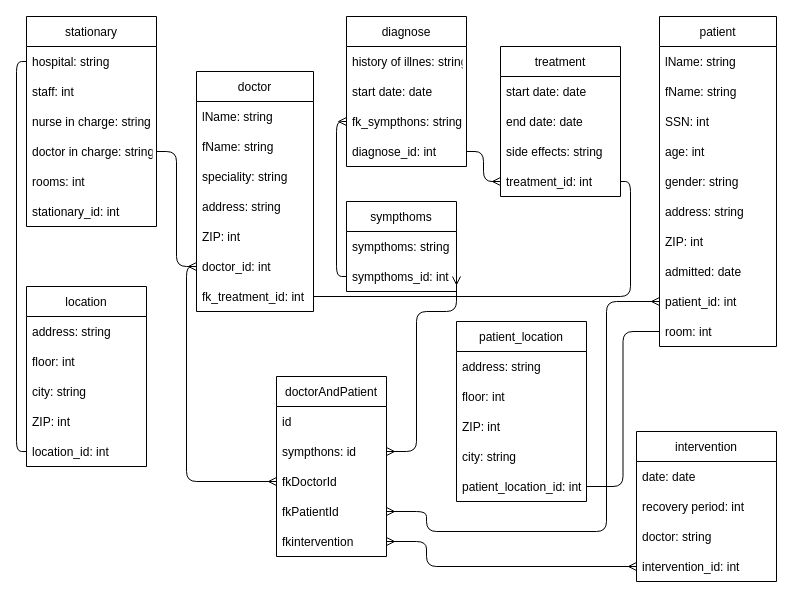
Above: page "Step 4_Norm" (4 of 4) of Sanja ex1-3/ex2.drawio in KateKatze/07.03_SQL (draw.io), before the change. Source tidied: cells renumbered, new cells numbered last; positions are measured from the earlier drawing's top-left corner, leaving out a move shared by most shapes. Both pictures are drawn from the tidied source at 100%, with x=0, y=0 at pixel (26, 16).
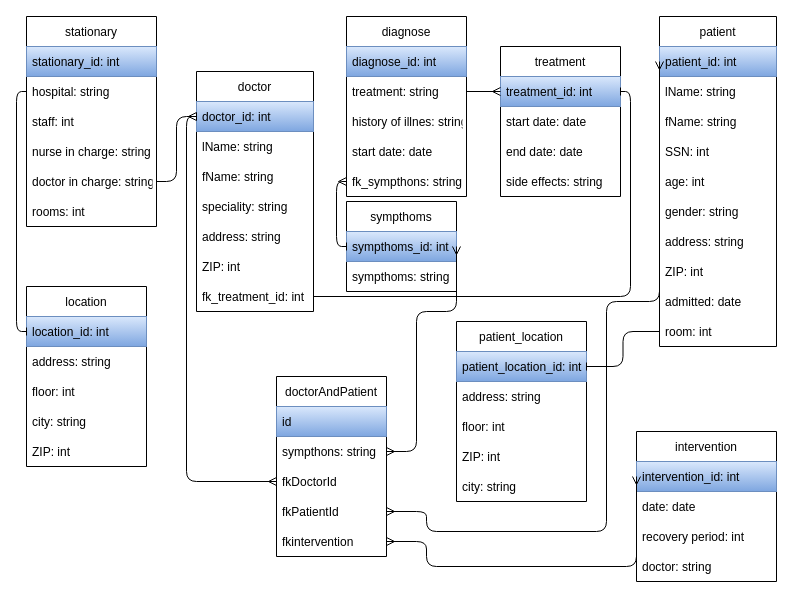
After the change.

The change refers to these unchanged cells:
```xml
<mxCell id="2" value="stationary" style="swimlane;fontStyle=0;horizontal=1;startSize=30;" parent="1" vertex="1">
  <mxGeometry width="130" height="210" as="geometry" />
</mxCell>
<mxCell id="9" value="patient_location" style="swimlane;fontStyle=0;horizontal=1;startSize=30;" parent="1" vertex="1">
  <mxGeometry x="430" y="305" width="130" height="180" as="geometry" />
</mxCell>
<mxCell id="15" value="patient" style="swimlane;fontStyle=0;horizontal=1;startSize=30;" parent="1" vertex="1">
  <mxGeometry x="633" width="117" height="330" as="geometry" />
</mxCell>
<mxCell id="26" value="sympthoms" style="swimlane;fontStyle=0;horizontal=1;startSize=30;" parent="1" vertex="1">
  <mxGeometry x="320" y="185" width="110" height="90" as="geometry" />
</mxCell>
<mxCell id="29" value="intervention" style="swimlane;fontStyle=0;horizontal=1;startSize=30;" parent="1" vertex="1">
  <mxGeometry x="610" y="415" width="140" height="150" as="geometry" />
</mxCell>
<mxCell id="34" value="treatment" style="swimlane;fontStyle=0;horizontal=1;startSize=30;" parent="1" vertex="1">
  <mxGeometry x="474" y="30" width="120" height="150" as="geometry" />
</mxCell>
<mxCell id="39" value="location" style="swimlane;fontStyle=0;horizontal=1;startSize=30;" parent="1" vertex="1">
  <mxGeometry y="270" width="120" height="180" as="geometry" />
</mxCell>
<mxCell id="46" value="doctor" style="swimlane;fontStyle=0;horizontal=1;startSize=30;" parent="1" vertex="1">
  <mxGeometry x="170" y="55" width="117" height="240" as="geometry" />
</mxCell>
<mxCell id="64" value="doctorAndPatient" style="swimlane;fontStyle=0;horizontal=1;startSize=30;" parent="1" vertex="1">
  <mxGeometry x="250" y="360" width="110" height="180" as="geometry" />
</mxCell>
```

What changed in the source:
```diff
@@
+    <mxCell id="8" value="stationary_id: int" style="text;strokeColor=#6c8ebf;fillColor=#dae8fc;align=left;verticalAlign=middle;spacingLeft=4;spacingRight=4;overflow=hidden;gradientColor=#7ea6e0;" parent="2" vertex="1">
+      <mxGeometry y="30" width="130" height="30" as="geometry" />
+    </mxCell>
     <mxCell id="3" value="hospital: string" style="text;strokeColor=none;fillColor=none;align=left;verticalAlign=middle;spacingLeft=4;spacingRight=4;overflow=hidden;points=[[0,0.5],[1,0.5]];portConstraint=eastwest;" parent="2" vertex="1">
-      <mxGeometry y="30" width="130" height="30" as="geometry" />
+      <mxGeometry y="60" width="130" height="30" as="geometry" />
     </mxCell>
     <mxCell id="4" value="staff: int" style="text;strokeColor=none;fillColor=none;align=left;verticalAlign=middle;spacingLeft=4;spacingRight=4;overflow=hidden;" parent="2" vertex="1">
-      <mxGeometry y="60" width="130" height="30" as="geometry" />
+      <mxGeometry y="90" width="130" height="30" as="geometry" />
     </mxCell>
     <mxCell id="5" value="nurse in charge: string" style="text;strokeColor=none;fillColor=none;align=left;verticalAlign=middle;spacingLeft=4;spacingRight=4;overflow=hidden;" parent="2" vertex="1">
-      <mxGeometry y="90" width="130" height="30" as="geometry" />
+      <mxGeometry y="120" width="130" height="30" as="geometry" />
     </mxCell>
     <mxCell id="6" value="doctor in charge: string" style="text;strokeColor=none;fillColor=none;align=left;verticalAlign=middle;spacingLeft=4;spacingRight=4;overflow=hidden;points=[[0,0.5],[1,0.5]];portConstraint=eastwest;" parent="2" vertex="1">
-      <mxGeometry y="120" width="130" height="30" as="geometry" />
+      <mxGeometry y="150" width="130" height="30" as="geometry" />
     </mxCell>
     <mxCell id="7" value="rooms: int" style="text;strokeColor=none;fillColor=none;align=left;verticalAlign=middle;spacingLeft=4;spacingRight=4;overflow=hidden;" parent="2" vertex="1">
-      <mxGeometry y="150" width="130" height="30" as="geometry" />
+      <mxGeometry y="180" width="130" height="30" as="geometry" />
     </mxCell>
-    <mxCell id="8" value="stationary_id: int" style="text;strokeColor=none;fillColor=none;align=left;verticalAlign=middle;spacingLeft=4;spacingRight=4;overflow=hidden;" parent="2" vertex="1">
-      <mxGeometry y="180" width="130" height="30" as="geometry" />
-    </mxCell>
@@
+    <mxCell id="14" value="patient_location_id: int" style="text;strokeColor=#6c8ebf;fillColor=#dae8fc;align=left;verticalAlign=middle;spacingLeft=4;spacingRight=4;overflow=hidden;points=[[0,0.5],[1,0.5]];portConstraint=eastwest;gradientColor=#7ea6e0;" parent="9" vertex="1">
+      <mxGeometry y="30" width="130" height="30" as="geometry" />
+    </mxCell>
     <mxCell id="10" value="address: string" style="text;strokeColor=none;fillColor=none;align=left;verticalAlign=middle;spacingLeft=4;spacingRight=4;overflow=hidden;" parent="9" vertex="1">
-      <mxGeometry y="30" width="130" height="30" as="geometry" />
+      <mxGeometry y="60" width="130" height="30" as="geometry" />
     </mxCell>
     <mxCell id="11" value="floor: int" style="text;strokeColor=none;fillColor=none;align=left;verticalAlign=middle;spacingLeft=4;spacingRight=4;overflow=hidden;" parent="9" vertex="1">
-      <mxGeometry y="60" width="130" height="30" as="geometry" />
+      <mxGeometry y="90" width="130" height="30" as="geometry" />
     </mxCell>
     <mxCell id="12" value="ZIP: int" style="text;strokeColor=none;fillColor=none;align=left;verticalAlign=middle;spacingLeft=4;spacingRight=4;overflow=hidden;" parent="9" vertex="1">
-      <mxGeometry y="90" width="130" height="30" as="geometry" />
+      <mxGeometry y="120" width="130" height="30" as="geometry" />
     </mxCell>
     <mxCell id="13" value="city: string" style="text;strokeColor=none;fillColor=none;align=left;verticalAlign=middle;spacingLeft=4;spacingRight=4;overflow=hidden;" parent="9" vertex="1">
-      <mxGeometry y="120" width="130" height="30" as="geometry" />
+      <mxGeometry y="150" width="130" height="30" as="geometry" />
     </mxCell>
-    <mxCell id="14" value="patient_location_id: int" style="text;strokeColor=none;fillColor=none;align=left;verticalAlign=middle;spacingLeft=4;spacingRight=4;overflow=hidden;points=[[0,0.5],[1,0.5]];portConstraint=eastwest;" parent="9" vertex="1">
-      <mxGeometry y="150" width="130" height="30" as="geometry" />
-    </mxCell>
@@
+    <mxCell id="24" value="patient_id: int" style="text;strokeColor=#6c8ebf;fillColor=#dae8fc;align=left;verticalAlign=middle;spacingLeft=4;spacingRight=4;overflow=hidden;points=[[0,0.5],[1,0.5]];portConstraint=eastwest;fontStyle=0;gradientColor=#7ea6e0;" parent="15" vertex="1">
+      <mxGeometry y="30" width="117" height="30" as="geometry" />
+    </mxCell>
     <mxCell id="16" value="lName: string" style="text;strokeColor=none;fillColor=none;align=left;verticalAlign=middle;spacingLeft=4;spacingRight=4;overflow=hidden;" parent="15" vertex="1">
-      <mxGeometry y="30" width="117" height="30" as="geometry" />
+      <mxGeometry y="60" width="117" height="30" as="geometry" />
     </mxCell>
     <mxCell id="17" value="fName: string" style="text;strokeColor=none;fillColor=none;align=left;verticalAlign=middle;spacingLeft=4;spacingRight=4;overflow=hidden;" parent="15" vertex="1">
-      <mxGeometry y="60" width="117" height="30" as="geometry" />
+      <mxGeometry y="90" width="117" height="30" as="geometry" />
     </mxCell>
     <mxCell id="18" value="SSN: int" style="text;strokeColor=none;fillColor=none;align=left;verticalAlign=middle;spacingLeft=4;spacingRight=4;overflow=hidden;" parent="15" vertex="1">
-      <mxGeometry y="90" width="117" height="30" as="geometry" />
+      <mxGeometry y="120" width="117" height="30" as="geometry" />
     </mxCell>
     <mxCell id="19" value="age: int" style="text;strokeColor=none;fillColor=none;align=left;verticalAlign=middle;spacingLeft=4;spacingRight=4;overflow=hidden;" parent="15" vertex="1">
-      <mxGeometry y="120" width="117" height="30" as="geometry" />
+      <mxGeometry y="150" width="117" height="30" as="geometry" />
     </mxCell>
     <mxCell id="20" value="gender: string" style="text;strokeColor=none;fillColor=none;align=left;verticalAlign=middle;spacingLeft=4;spacingRight=4;overflow=hidden;" parent="15" vertex="1">
-      <mxGeometry y="150" width="117" height="30" as="geometry" />
+      <mxGeometry y="180" width="117" height="30" as="geometry" />
     </mxCell>
     <mxCell id="21" value="address: string" style="text;strokeColor=none;fillColor=none;align=left;verticalAlign=middle;spacingLeft=4;spacingRight=4;overflow=hidden;" parent="15" vertex="1">
-      <mxGeometry y="180" width="117" height="30" as="geometry" />
+      <mxGeometry y="210" width="117" height="30" as="geometry" />
     </mxCell>
     <mxCell id="22" value="ZIP: int" style="text;strokeColor=none;fillColor=none;align=left;verticalAlign=middle;spacingLeft=4;spacingRight=4;overflow=hidden;" parent="15" vertex="1">
-      <mxGeometry y="210" width="117" height="30" as="geometry" />
+      <mxGeometry y="240" width="117" height="30" as="geometry" />
     </mxCell>
     <mxCell id="23" value="admitted: date" style="text;strokeColor=none;fillColor=none;align=left;verticalAlign=middle;spacingLeft=4;spacingRight=4;overflow=hidden;" parent="15" vertex="1">
-      <mxGeometry y="240" width="117" height="30" as="geometry" />
+      <mxGeometry y="270" width="117" height="30" as="geometry" />
     </mxCell>
-    <mxCell id="24" value="patient_id: int" style="text;strokeColor=none;fillColor=none;align=left;verticalAlign=middle;spacingLeft=4;spacingRight=4;overflow=hidden;points=[[0,0.5],[1,0.5]];portConstraint=eastwest;" parent="15" vertex="1">
-      <mxGeometry y="270" width="117" height="30" as="geometry" />
-    </mxCell>
@@
+    <mxCell id="28" value="sympthoms_id: int" style="text;strokeColor=#6c8ebf;fillColor=#dae8fc;align=left;verticalAlign=middle;spacingLeft=4;spacingRight=4;overflow=hidden;points=[[0,0.5],[1,0.5]];portConstraint=eastwest;gradientColor=#7ea6e0;" parent="26" vertex="1">
+      <mxGeometry y="30" width="110" height="30" as="geometry" />
+    </mxCell>
     <mxCell id="27" value="sympthoms: string" style="text;strokeColor=none;fillColor=none;align=left;verticalAlign=middle;spacingLeft=4;spacingRight=4;overflow=hidden;" parent="26" vertex="1">
-      <mxGeometry y="30" width="110" height="30" as="geometry" />
+      <mxGeometry y="60" width="110" height="30" as="geometry" />
     </mxCell>
-    <mxCell id="28" value="sympthoms_id: int" style="text;strokeColor=none;fillColor=none;align=left;verticalAlign=middle;spacingLeft=4;spacingRight=4;overflow=hidden;points=[[0,0.5],[1,0.5]];portConstraint=eastwest;" parent="26" vertex="1">
-      <mxGeometry y="60" width="110" height="30" as="geometry" />
-    </mxCell>
@@
+    <mxCell id="33" value="intervention_id: int" style="text;strokeColor=#6c8ebf;fillColor=#dae8fc;align=left;verticalAlign=middle;spacingLeft=4;spacingRight=4;overflow=hidden;points=[[0,0.5],[1,0.5]];portConstraint=eastwest;gradientColor=#7ea6e0;" parent="29" vertex="1">
+      <mxGeometry y="30" width="140" height="30" as="geometry" />
+    </mxCell>
-    <mxCell id="30" value="date: date" style="text;strokeColor=none;fillColor=none;align=left;verticalAlign=middle;spacingLeft=4;spacingRight=4;overflow=hidden;" parent="29" vertex="1">
-      <mxGeometry y="30" width="140" height="30" as="geometry" />
+    <mxCell id="30" value="date: date" style="text;align=left;verticalAlign=middle;spacingLeft=4;spacingRight=4;overflow=hidden;" parent="29" vertex="1">
+      <mxGeometry y="60" width="140" height="30" as="geometry" />
     </mxCell>
     <mxCell id="31" value="recovery period: int" style="text;strokeColor=none;fillColor=none;align=left;verticalAlign=middle;spacingLeft=4;spacingRight=4;overflow=hidden;" parent="29" vertex="1">
-      <mxGeometry y="60" width="140" height="30" as="geometry" />
+      <mxGeometry y="90" width="140" height="30" as="geometry" />
     </mxCell>
     <mxCell id="32" value="doctor: string" style="text;strokeColor=none;fillColor=none;align=left;verticalAlign=middle;spacingLeft=4;spacingRight=4;overflow=hidden;" parent="29" vertex="1">
-      <mxGeometry y="90" width="140" height="30" as="geometry" />
+      <mxGeometry y="120" width="140" height="30" as="geometry" />
     </mxCell>
-    <mxCell id="33" value="intervention_id: int" style="text;strokeColor=none;fillColor=none;align=left;verticalAlign=middle;spacingLeft=4;spacingRight=4;overflow=hidden;points=[[0,0.5],[1,0.5]];portConstraint=eastwest;" parent="29" vertex="1">
-      <mxGeometry y="120" width="140" height="30" as="geometry" />
-    </mxCell>
@@
+    <mxCell id="38" value="treatment_id: int" style="text;strokeColor=#6c8ebf;fillColor=#dae8fc;align=left;verticalAlign=middle;spacingLeft=4;spacingRight=4;overflow=hidden;points=[[0,0.5],[1,0.5]];portConstraint=eastwest;gradientColor=#7ea6e0;" parent="34" vertex="1">
+      <mxGeometry y="30" width="120" height="30" as="geometry" />
+    </mxCell>
     <mxCell id="35" value="start date: date" style="text;strokeColor=none;fillColor=none;align=left;verticalAlign=middle;spacingLeft=4;spacingRight=4;overflow=hidden;" parent="34" vertex="1">
-      <mxGeometry y="30" width="120" height="30" as="geometry" />
+      <mxGeometry y="60" width="120" height="30" as="geometry" />
     </mxCell>
     <mxCell id="36" value="end date: date" style="text;strokeColor=none;fillColor=none;align=left;verticalAlign=middle;spacingLeft=4;spacingRight=4;overflow=hidden;" parent="34" vertex="1">
-      <mxGeometry y="60" width="120" height="30" as="geometry" />
+      <mxGeometry y="90" width="120" height="30" as="geometry" />
     </mxCell>
     <mxCell id="37" value="side effects: string" style="text;strokeColor=none;fillColor=none;align=left;verticalAlign=middle;spacingLeft=4;spacingRight=4;overflow=hidden;" parent="34" vertex="1">
-      <mxGeometry y="90" width="120" height="30" as="geometry" />
+      <mxGeometry y="120" width="120" height="30" as="geometry" />
     </mxCell>
-    <mxCell id="38" value="treatment_id: int" style="text;strokeColor=none;fillColor=none;align=left;verticalAlign=middle;spacingLeft=4;spacingRight=4;overflow=hidden;points=[[0,0.5],[1,0.5]];portConstraint=eastwest;" parent="34" vertex="1">
-      <mxGeometry y="120" width="120" height="30" as="geometry" />
-    </mxCell>
@@
+    <mxCell id="44" value="location_id: int" style="text;strokeColor=#6c8ebf;fillColor=#dae8fc;align=left;verticalAlign=middle;spacingLeft=4;spacingRight=4;overflow=hidden;points=[[0,0.5],[1,0.5]];portConstraint=eastwest;gradientColor=#7ea6e0;" parent="39" vertex="1">
+      <mxGeometry y="30" width="120" height="30" as="geometry" />
+    </mxCell>
     <mxCell id="40" value="address: string" style="text;strokeColor=none;fillColor=none;align=left;verticalAlign=middle;spacingLeft=4;spacingRight=4;overflow=hidden;" parent="39" vertex="1">
-      <mxGeometry y="30" width="120" height="30" as="geometry" />
+      <mxGeometry y="60" width="120" height="30" as="geometry" />
     </mxCell>
     <mxCell id="41" value="floor: int" style="text;strokeColor=none;fillColor=none;align=left;verticalAlign=middle;spacingLeft=4;spacingRight=4;overflow=hidden;" parent="39" vertex="1">
-      <mxGeometry y="60" width="120" height="30" as="geometry" />
+      <mxGeometry y="90" width="120" height="30" as="geometry" />
     </mxCell>
     <mxCell id="42" value="city: string" style="text;strokeColor=none;fillColor=none;align=left;verticalAlign=middle;spacingLeft=4;spacingRight=4;overflow=hidden;" parent="39" vertex="1">
-      <mxGeometry y="90" width="120" height="30" as="geometry" />
+      <mxGeometry y="120" width="120" height="30" as="geometry" />
     </mxCell>
     <mxCell id="43" value="ZIP: int" style="text;strokeColor=none;fillColor=none;align=left;verticalAlign=middle;spacingLeft=4;spacingRight=4;overflow=hidden;" parent="39" vertex="1">
-      <mxGeometry y="120" width="120" height="30" as="geometry" />
+      <mxGeometry y="150" width="120" height="30" as="geometry" />
     </mxCell>
-    <mxCell id="44" value="location_id: int" style="text;strokeColor=none;fillColor=none;align=left;verticalAlign=middle;spacingLeft=4;spacingRight=4;overflow=hidden;points=[[0,0.5],[1,0.5]];portConstraint=eastwest;" parent="39" vertex="1">
-      <mxGeometry y="150" width="120" height="30" as="geometry" />
-    </mxCell>
@@
+    <mxCell id="52" value="doctor_id: int" style="text;strokeColor=#6c8ebf;fillColor=#dae8fc;align=left;verticalAlign=middle;spacingLeft=4;spacingRight=4;overflow=hidden;points=[[0,0.5],[1,0.5]];portConstraint=eastwest;gradientColor=#7ea6e0;" parent="46" vertex="1">
+      <mxGeometry y="30" width="117" height="30" as="geometry" />
+    </mxCell>
     <mxCell id="47" value="lName: string" style="text;strokeColor=none;fillColor=none;align=left;verticalAlign=middle;spacingLeft=4;spacingRight=4;overflow=hidden;" parent="46" vertex="1">
-      <mxGeometry y="30" width="117" height="30" as="geometry" />
+      <mxGeometry y="60" width="117" height="30" as="geometry" />
     </mxCell>
     <mxCell id="48" value="fName: string" style="text;strokeColor=none;fillColor=none;align=left;verticalAlign=middle;spacingLeft=4;spacingRight=4;overflow=hidden;" parent="46" vertex="1">
-      <mxGeometry y="60" width="117" height="30" as="geometry" />
+      <mxGeometry y="90" width="117" height="30" as="geometry" />
     </mxCell>
     <mxCell id="49" value="speciality: string" style="text;strokeColor=none;fillColor=none;align=left;verticalAlign=middle;spacingLeft=4;spacingRight=4;overflow=hidden;" parent="46" vertex="1">
-      <mxGeometry y="90" width="117" height="30" as="geometry" />
+      <mxGeometry y="120" width="117" height="30" as="geometry" />
     </mxCell>
     <mxCell id="50" value="address: string" style="text;strokeColor=none;fillColor=none;align=left;verticalAlign=middle;spacingLeft=4;spacingRight=4;overflow=hidden;" parent="46" vertex="1">
-      <mxGeometry y="120" width="117" height="30" as="geometry" />
+      <mxGeometry y="150" width="117" height="30" as="geometry" />
     </mxCell>
     <mxCell id="51" value="ZIP: int" style="text;strokeColor=none;fillColor=none;align=left;verticalAlign=middle;spacingLeft=4;spacingRight=4;overflow=hidden;" parent="46" vertex="1">
-      <mxGeometry y="150" width="117" height="30" as="geometry" />
+      <mxGeometry y="180" width="117" height="30" as="geometry" />
     </mxCell>
-    <mxCell id="52" value="doctor_id: int" style="text;strokeColor=none;fillColor=none;align=left;verticalAlign=middle;spacingLeft=4;spacingRight=4;overflow=hidden;points=[[0,0.5],[1,0.5]];portConstraint=eastwest;" parent="46" vertex="1">
-      <mxGeometry y="180" width="117" height="30" as="geometry" />
-    </mxCell>
@@
     <mxCell id="56" value="diagnose" style="swimlane;fontStyle=0;horizontal=1;startSize=30;" parent="1" vertex="1">
-      <mxGeometry x="320" width="120" height="150" as="geometry" />
+      <mxGeometry x="320" width="120" height="180" as="geometry" />
     </mxCell>
+    <mxCell id="60" value="diagnose_id: int" style="text;strokeColor=#6c8ebf;fillColor=#dae8fc;align=left;verticalAlign=middle;spacingLeft=4;spacingRight=4;overflow=hidden;points=[[0,0.5],[1,0.5]];portConstraint=eastwest;gradientColor=#7ea6e0;" parent="56" vertex="1">
+      <mxGeometry y="30" width="120" height="30" as="geometry" />
+    </mxCell>
+    <mxCell id="74" value="treatment: string" style="text;align=left;verticalAlign=middle;spacingLeft=4;spacingRight=4;overflow=hidden;points=[[0,0.5],[1,0.5]];portConstraint=eastwest;" parent="56" vertex="1">
+      <mxGeometry y="60" width="120" height="30" as="geometry" />
+    </mxCell>
     <mxCell id="57" value="history of illnes: string" style="text;strokeColor=none;fillColor=none;align=left;verticalAlign=middle;spacingLeft=4;spacingRight=4;overflow=hidden;" parent="56" vertex="1">
-      <mxGeometry y="30" width="120" height="30" as="geometry" />
+      <mxGeometry y="90" width="120" height="30" as="geometry" />
     </mxCell>
     <mxCell id="58" value="start date: date" style="text;strokeColor=none;fillColor=none;align=left;verticalAlign=middle;spacingLeft=4;spacingRight=4;overflow=hidden;" parent="56" vertex="1">
-      <mxGeometry y="60" width="120" height="30" as="geometry" />
+      <mxGeometry y="120" width="120" height="30" as="geometry" />
     </mxCell>
     <mxCell id="59" value="fk_sympthons: string" style="text;strokeColor=none;fillColor=none;align=left;verticalAlign=middle;spacingLeft=4;spacingRight=4;overflow=hidden;points=[[0,0.5],[1,0.5]];portConstraint=eastwest;" parent="56" vertex="1">
-      <mxGeometry y="90" width="120" height="30" as="geometry" />
+      <mxGeometry y="150" width="120" height="30" as="geometry" />
     </mxCell>
-    <mxCell id="60" value="diagnose_id: int" style="text;strokeColor=none;fillColor=none;align=left;verticalAlign=middle;spacingLeft=4;spacingRight=4;overflow=hidden;points=[[0,0.5],[1,0.5]];portConstraint=eastwest;" parent="56" vertex="1">
-      <mxGeometry y="120" width="120" height="30" as="geometry" />
-    </mxCell>
@@
-    <mxCell id="63" style="edgeStyle=orthogonalEdgeStyle;html=1;exitX=1;exitY=0.5;exitDx=0;exitDy=0;entryX=0;entryY=0.5;entryDx=0;entryDy=0;startArrow=baseDash;startFill=0;endArrow=ERmany;endFill=0;" parent="1" edge="1" source="60" target="38">
+    <mxCell id="63" style="edgeStyle=orthogonalEdgeStyle;html=1;exitX=1;exitY=0.5;exitDx=0;exitDy=0;entryX=0;entryY=0.5;entryDx=0;entryDy=0;startArrow=baseDash;startFill=0;endArrow=ERmany;endFill=0;" parent="1" edge="1" source="74" target="38">
       <mxGeometry relative="1" as="geometry" />
     </mxCell>
@@
-    <mxCell id="65" value="id" style="text;strokeColor=none;fillColor=none;align=left;verticalAlign=middle;spacingLeft=4;spacingRight=4;overflow=hidden;" parent="64" vertex="1">
+    <mxCell id="65" value="id" style="text;strokeColor=#6c8ebf;fillColor=#dae8fc;align=left;verticalAlign=middle;spacingLeft=4;spacingRight=4;overflow=hidden;gradientColor=#7ea6e0;" parent="64" vertex="1">
       <mxGeometry y="30" width="110" height="30" as="geometry" />
     </mxCell>
-    <mxCell id="66" value="sympthons: id" style="text;strokeColor=none;fillColor=none;align=left;verticalAlign=middle;spacingLeft=4;spacingRight=4;overflow=hidden;points=[[0,0.5],[1,0.5]];portConstraint=eastwest;" parent="64" vertex="1">
+    <mxCell id="66" value="sympthons: string" style="text;strokeColor=none;fillColor=none;align=left;verticalAlign=middle;spacingLeft=4;spacingRight=4;overflow=hidden;points=[[0,0.5],[1,0.5]];portConstraint=eastwest;" parent="64" vertex="1">
       <mxGeometry y="60" width="110" height="30" as="geometry" />
     </mxCell>
```
